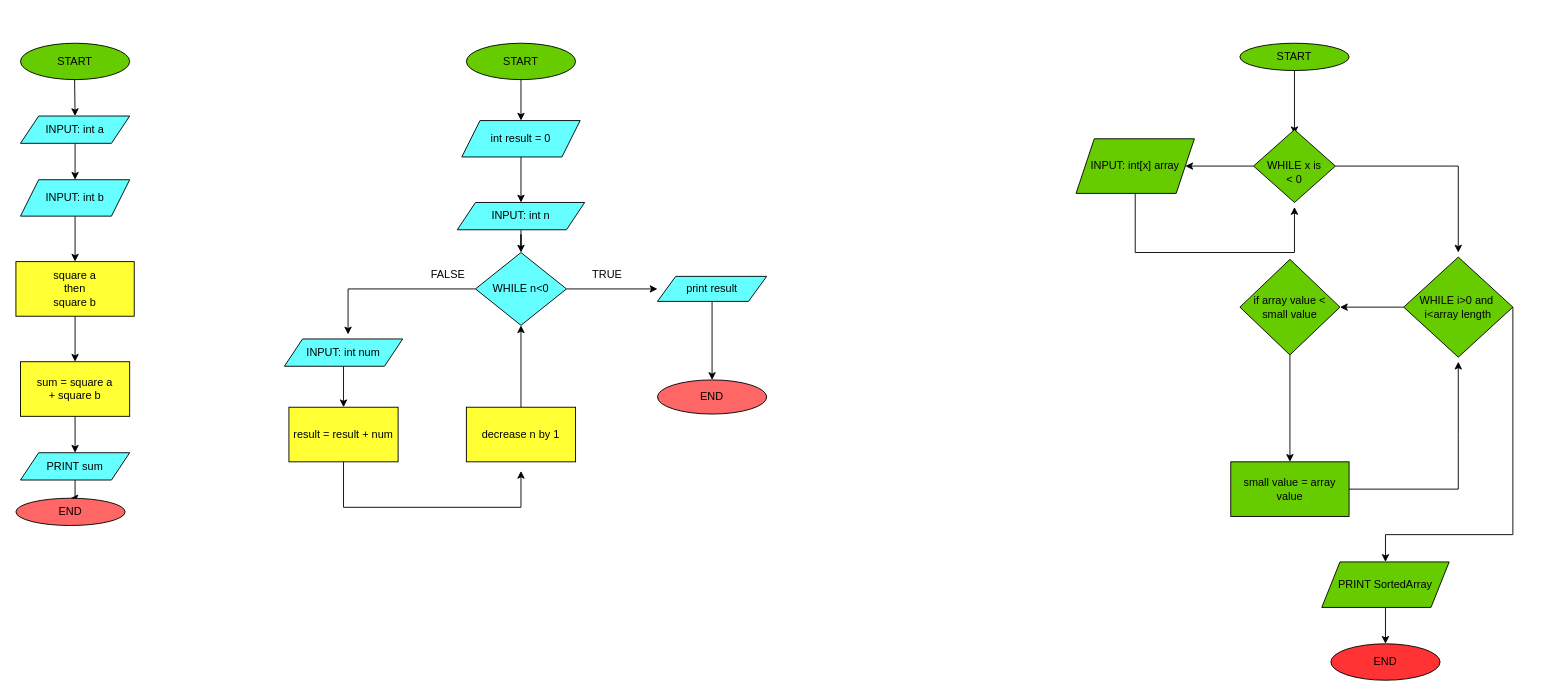
Before: sum Diagram.drawio in Arnold-A-Mubaiwa/tili, a draw.io diagram. Source tidied: cells renumbered, new cells numbered last; positions are measured from the earlier drawing's top-left corner, leaving out a move shared by most shapes. Both pictures are drawn from the tidied source at 91%, with x=0, y=0 at pixel (15, 43).
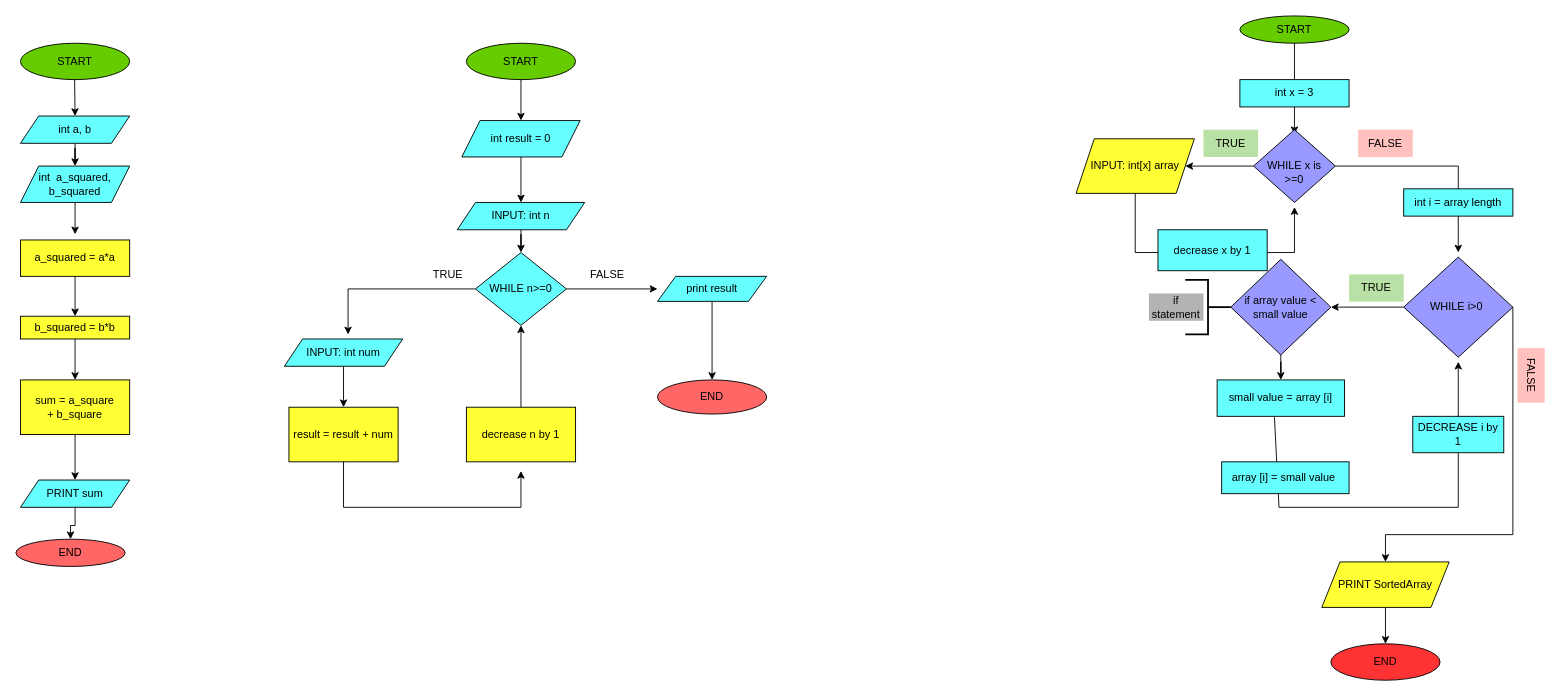
Above is the later version.

Change to the diagram source:
```diff
@@
-    <mxCell id="4" value="INPUT: int a" style="shape=parallelogram;perimeter=parallelogramPerimeter;whiteSpace=wrap;html=1;fixedSize=1;fillColor=#66FFFF;" parent="1" vertex="1">
+    <mxCell id="4" value="int a, b" style="shape=parallelogram;perimeter=parallelogramPerimeter;whiteSpace=wrap;html=1;fixedSize=1;fillColor=#66FFFF;" parent="1" vertex="1">
       <mxGeometry x="5" y="80" width="120" height="30" as="geometry" />
     </mxCell>
@@
-    <mxCell id="6" style="edgeStyle=orthogonalEdgeStyle;rounded=0;jettySize=auto;html=1;" parent="1" edge="1" source="7" target="9">
-      <mxGeometry relative="1" as="geometry" />
+    <mxCell id="6" style="edgeStyle=orthogonalEdgeStyle;rounded=0;jettySize=auto;html=1;" parent="1" edge="1" source="7">
+      <mxGeometry relative="1" as="geometry">
+        <mxPoint x="65" y="210" as="targetPoint" />
+      </mxGeometry>
     </mxCell>
-    <mxCell id="7" value="INPUT: int b" style="shape=parallelogram;perimeter=parallelogramPerimeter;whiteSpace=wrap;html=1;fixedSize=1;fillColor=#66FFFF;" parent="1" vertex="1">
-      <mxGeometry x="5" y="150" width="120" height="40" as="geometry" />
+    <mxCell id="7" value="int&amp;nbsp; a_squared, b_squared" style="shape=parallelogram;perimeter=parallelogramPerimeter;whiteSpace=wrap;html=1;fixedSize=1;fillColor=#66FFFF;" parent="1" vertex="1">
+      <mxGeometry x="5" y="135" width="120" height="40" as="geometry" />
     </mxCell>
-    <mxCell id="8" style="edgeStyle=orthogonalEdgeStyle;rounded=0;jettySize=auto;html=1;fillColor=#FFFF33;" parent="1" edge="1" source="9" target="11">
-      <mxGeometry relative="1" as="geometry" />
+    <mxCell id="8" style="edgeStyle=orthogonalEdgeStyle;rounded=0;jettySize=auto;html=1;fillColor=#FFFF33;exitX=0.5;exitY=1;exitDx=0;exitDy=0;" parent="1" edge="1" source="65">
+      <mxGeometry relative="1" as="geometry">
+        <mxPoint x="65" y="300" as="targetPoint" />
+      </mxGeometry>
     </mxCell>
-    <mxCell id="9" value="square a &lt;br&gt;then&lt;br&gt;square b" style="whiteSpace=wrap;html=1;fillColor=#FFFF33;" parent="1" vertex="1">
-      <mxGeometry y="240" width="130" height="60" as="geometry" />
-    </mxCell>
@@
-    <mxCell id="11" value="&amp;nbsp;sum = square a&amp;nbsp;&lt;br&gt;+ square b" style="whiteSpace=wrap;html=1;fillColor=#FFFF33;" parent="1" vertex="1">
-      <mxGeometry x="5" y="350" width="120" height="60" as="geometry" />
+    <mxCell id="11" value="&amp;nbsp;sum = a_square&amp;nbsp;&lt;br&gt;+ b_square" style="whiteSpace=wrap;html=1;fillColor=#FFFF33;" parent="1" vertex="1">
+      <mxGeometry x="5" y="370" width="120" height="60" as="geometry" />
     </mxCell>
@@
+    <mxCell id="52" style="edgeStyle=orthogonalEdgeStyle;rounded=0;jettySize=auto;html=1;exitX=0.5;exitY=1;exitDx=0;exitDy=0;fillColor=#66FFFF;" parent="1" edge="1" source="13">
+      <mxGeometry relative="1" as="geometry">
+        <mxPoint x="65" y="490" as="targetPoint" />
+      </mxGeometry>
+    </mxCell>
     <mxCell id="13" value="PRINT sum" style="shape=parallelogram;perimeter=parallelogramPerimeter;whiteSpace=wrap;html=1;fixedSize=1;fillColor=#66FFFF;" parent="1" vertex="1">
-      <mxGeometry x="5" y="450" width="120" height="30" as="geometry" />
+      <mxGeometry x="5" y="480" width="120" height="30" as="geometry" />
     </mxCell>
     <mxCell id="14" value="END" style="ellipse;whiteSpace=wrap;html=1;fillColor=#FF6666;" parent="1" vertex="1">
-      <mxGeometry y="500" width="120" height="30" as="geometry" />
+      <mxGeometry y="545" width="120" height="30" as="geometry" />
     </mxCell>
@@
-    <mxCell id="21" value="WHILE n&amp;lt;0" style="rhombus;whiteSpace=wrap;html=1;fillColor=#66FFFF;" parent="1" vertex="1">
+    <mxCell id="21" value="WHILE n&amp;gt;=0" style="rhombus;whiteSpace=wrap;html=1;fillColor=#66FFFF;" parent="1" vertex="1">
       <mxGeometry x="505" y="230" width="100" height="80" as="geometry" />
     </mxCell>
@@
-    <mxCell id="25" value="TRUE" style="text;html=1;strokeColor=none;fillColor=none;align=center;verticalAlign=middle;whiteSpace=wrap;rounded=0;" parent="1" vertex="1">
+    <mxCell id="25" value="FALSE" style="text;html=1;strokeColor=none;fillColor=none;align=center;verticalAlign=middle;whiteSpace=wrap;rounded=0;" parent="1" vertex="1">
       <mxGeometry x="615" y="235" width="70" height="40" as="geometry" />
     </mxCell>
-    <mxCell id="26" value="FALSE" style="text;html=1;strokeColor=none;fillColor=none;align=center;verticalAlign=middle;whiteSpace=wrap;rounded=0;" parent="1" vertex="1">
+    <mxCell id="26" value="TRUE" style="text;html=1;strokeColor=none;fillColor=none;align=center;verticalAlign=middle;whiteSpace=wrap;rounded=0;" parent="1" vertex="1">
       <mxGeometry x="445" y="240" width="60" height="30" as="geometry" />
     </mxCell>
@@
     <mxCell id="35" value="START" style="ellipse;whiteSpace=wrap;html=1;fillColor=#66CC00;" parent="1" vertex="1">
-      <mxGeometry x="1345" width="120" height="30" as="geometry" />
+      <mxGeometry x="1345" y="-30" width="120" height="30" as="geometry" />
     </mxCell>
-    <mxCell id="36" style="endArrow=classic;html=1;rounded=0;fillColor=#FFFF33;exitX=0.5;exitY=1;exitDx=0;exitDy=0;" parent="1" edge="1" source="35">
+    <mxCell id="36" style="endArrow=classic;html=1;rounded=0;fillColor=#66FFFF;exitX=0.5;exitY=1;exitDx=0;exitDy=0;startArrow=none;" parent="1" edge="1" source="53">
       <mxGeometry relative="1" as="geometry">
         <mxPoint x="1405" y="100" as="targetPoint" />
       </mxGeometry>
     </mxCell>
-    <mxCell id="37" style="edgeStyle=orthogonalEdgeStyle;rounded=0;jettySize=auto;html=1;fillColor=#FFFF33;" parent="1" edge="1" source="38" target="39">
+    <mxCell id="37" style="edgeStyle=orthogonalEdgeStyle;rounded=0;jettySize=auto;html=1;fillColor=#66FFFF;" parent="1" edge="1" source="38" target="39">
       <mxGeometry relative="1" as="geometry" />
     </mxCell>
-    <mxCell id="38" value="&lt;br&gt;WHILE x is &lt;br&gt;&amp;lt; 0" style="rhombus;whiteSpace=wrap;html=1;fillColor=#66CC00;" parent="1" vertex="1">
+    <mxCell id="38" value="&lt;br&gt;WHILE x is &lt;br&gt;&amp;gt;=0" style="rhombus;whiteSpace=wrap;html=1;fillColor=#9999FF;" parent="1" vertex="1">
       <mxGeometry x="1360" y="95" width="90" height="80" as="geometry" />
     </mxCell>
-    <mxCell id="39" value="INPUT: int[x] array" style="shape=parallelogram;perimeter=parallelogramPerimeter;whiteSpace=wrap;html=1;fixedSize=1;fillColor=#66CC00;" parent="1" vertex="1">
+    <mxCell id="39" value="INPUT: int[x] array" style="shape=parallelogram;perimeter=parallelogramPerimeter;whiteSpace=wrap;html=1;fixedSize=1;fillColor=#FFFF33;" parent="1" vertex="1">
       <mxGeometry x="1165" y="105" width="130" height="60" as="geometry" />
     </mxCell>
-    <mxCell id="40" style="endArrow=classic;html=1;rounded=0;fillColor=#FFFF33;exitX=0.5;exitY=1;exitDx=0;exitDy=0;" parent="1" edge="1" source="39">
+    <mxCell id="40" style="endArrow=classic;html=1;rounded=0;fillColor=#66FFFF;exitX=0.5;exitY=1;exitDx=0;exitDy=0;" parent="1" edge="1" source="39">
       <mxGeometry relative="1" as="geometry">
         <mxPoint x="1405" y="180" as="targetPoint" />
         <Array as="points">
           <mxPoint x="1230" y="230" />
           <mxPoint x="1405" y="230" />
         </Array>
       </mxGeometry>
     </mxCell>
-    <mxCell id="41" style="endArrow=classic;html=1;rounded=0;fillColor=#FFFF33;exitX=1;exitY=0.5;exitDx=0;exitDy=0;" parent="1" edge="1" source="38">
+    <mxCell id="41" style="endArrow=classic;html=1;rounded=0;fillColor=#66FFFF;exitX=1;exitY=0.5;exitDx=0;exitDy=0;" parent="1" edge="1" source="38">
       <mxGeometry relative="1" as="geometry">
         <mxPoint x="1585" y="230" as="targetPoint" />
         <Array as="points">
           <mxPoint x="1575" y="135" />
           <mxPoint x="1585" y="135" />
         </Array>
       </mxGeometry>
     </mxCell>
-    <mxCell id="42" style="edgeStyle=orthogonalEdgeStyle;rounded=0;jettySize=auto;html=1;fillColor=#FFFF33;entryX=1;entryY=0.5;entryDx=0;entryDy=0;" parent="1" edge="1" source="43" target="45">
+    <mxCell id="42" style="edgeStyle=orthogonalEdgeStyle;rounded=0;jettySize=auto;html=1;fillColor=#66FFFF;entryX=1;entryY=0.5;entryDx=0;entryDy=0;" parent="1" edge="1" source="43" target="45">
       <mxGeometry relative="1" as="geometry" />
     </mxCell>
-    <mxCell id="43" value="WHILE i&amp;gt;0 and&amp;nbsp;&lt;br&gt;i&amp;lt;array length" style="rhombus;whiteSpace=wrap;html=1;fillColor=#66CC00;" parent="1" vertex="1">
+    <mxCell id="43" value="WHILE i&amp;gt;0&amp;nbsp;" style="rhombus;whiteSpace=wrap;html=1;fillColor=#9999FF;" parent="1" vertex="1">
       <mxGeometry x="1525" y="235" width="120" height="110" as="geometry" />
     </mxCell>
-    <mxCell id="44" style="edgeStyle=orthogonalEdgeStyle;rounded=0;jettySize=auto;html=1;fillColor=#FFFF33;" parent="1" edge="1" source="45" target="46">
+    <mxCell id="44" style="edgeStyle=orthogonalEdgeStyle;rounded=0;jettySize=auto;html=1;fillColor=#66FFFF;" parent="1" edge="1" source="45" target="46">
       <mxGeometry relative="1" as="geometry" />
     </mxCell>
-    <mxCell id="45" value="if array value &amp;lt;&lt;br&gt;small value" style="rhombus;whiteSpace=wrap;html=1;fillColor=#66CC00;" parent="1" vertex="1">
-      <mxGeometry x="1345" y="237.5" width="110" height="105" as="geometry" />
+    <mxCell id="45" value="if array value &amp;lt;&lt;br&gt;small value" style="rhombus;whiteSpace=wrap;html=1;fillColor=#9999FF;" parent="1" vertex="1">
+      <mxGeometry x="1335" y="237.5" width="110" height="105" as="geometry" />
     </mxCell>
-    <mxCell id="46" value="small value = array value" style="whiteSpace=wrap;html=1;fillColor=#66CC00;" parent="1" vertex="1">
-      <mxGeometry x="1335" y="460" width="130" height="60" as="geometry" />
+    <mxCell id="46" value="small value = array [i]" style="whiteSpace=wrap;html=1;fillColor=#66FFFF;" parent="1" vertex="1">
+      <mxGeometry x="1320" y="370" width="140" height="40" as="geometry" />
     </mxCell>
-    <mxCell id="47" style="endArrow=classic;html=1;rounded=0;fillColor=#FFFF33;" parent="1" edge="1">
+    <mxCell id="47" style="endArrow=classic;html=1;rounded=0;fillColor=#66FFFF;exitX=0.45;exitY=1.025;exitDx=0;exitDy=0;exitPerimeter=0;" parent="1" edge="1" source="46">
       <mxGeometry relative="1" as="geometry">
-        <mxPoint x="1465" y="490" as="sourcePoint" />
         <mxPoint x="1585" y="350" as="targetPoint" />
         <Array as="points">
-          <mxPoint x="1585" y="490" />
+          <mxPoint x="1388" y="510" />
+          <mxPoint x="1585" y="510" />
           <mxPoint x="1585" y="430" />
         </Array>
       </mxGeometry>
     </mxCell>
-    <mxCell id="48" style="endArrow=classic;html=1;rounded=0;fillColor=#FFFF33;exitX=1;exitY=0.5;exitDx=0;exitDy=0;" parent="1" edge="1" source="43">
+    <mxCell id="48" style="endArrow=classic;html=1;rounded=0;fillColor=#66FFFF;exitX=1;exitY=0.5;exitDx=0;exitDy=0;" parent="1" edge="1" source="43">
       <mxGeometry relative="1" as="geometry">
         <mxPoint x="1505" y="570" as="targetPoint" />
         <Array as="points">
           <mxPoint x="1645" y="540" />
           <mxPoint x="1505" y="540" />
         </Array>
       </mxGeometry>
     </mxCell>
@@
-    <mxCell id="50" value="PRINT SortedArray" style="shape=parallelogram;perimeter=parallelogramPerimeter;whiteSpace=wrap;html=1;fixedSize=1;fillColor=#66CC00;" parent="1" vertex="1">
+    <mxCell id="50" value="PRINT SortedArray" style="shape=parallelogram;perimeter=parallelogramPerimeter;whiteSpace=wrap;html=1;fixedSize=1;fillColor=#FFFF33;" parent="1" vertex="1">
       <mxGeometry x="1435" y="570" width="140" height="50" as="geometry" />
     </mxCell>
@@
+    <mxCell id="53" value="int x = 3" style="rounded=0;whiteSpace=wrap;html=1;fillColor=#66FFFF;" parent="1" vertex="1">
+      <mxGeometry x="1345" y="40" width="120" height="30" as="geometry" />
+    </mxCell>
+    <mxCell id="54" style="endArrow=none;html=1;rounded=0;fillColor=#FFFF33;exitX=0.5;exitY=1;exitDx=0;exitDy=0;" parent="1" edge="1" source="35" target="53">
+      <mxGeometry relative="1" as="geometry" />
+    </mxCell>
+    <mxCell id="55" value="decrease x by 1" style="rounded=0;whiteSpace=wrap;html=1;fillColor=#66FFFF;" parent="1" vertex="1">
+      <mxGeometry x="1255" y="205" width="120" height="45" as="geometry" />
+    </mxCell>
+    <mxCell id="56" value="int i = array length" style="rounded=0;whiteSpace=wrap;html=1;fillColor=#66FFFF;" parent="1" vertex="1">
+      <mxGeometry x="1525" y="160" width="120" height="30" as="geometry" />
+    </mxCell>
+    <mxCell id="57" style="strokeWidth=2;html=1;shape=mxgraph.flowchart.annotation_2;align=left;labelPosition=right;rotation=-180;fillColor=#66FFFF;" parent="1" vertex="1">
+      <mxGeometry x="1285" y="260" width="50" height="60" as="geometry" />
+    </mxCell>
+    <mxCell id="58" value="if statement" style="text;html=1;strokeColor=none;fillColor=#B3B3B3;align=center;verticalAlign=middle;whiteSpace=wrap;rounded=0;" parent="1" vertex="1">
+      <mxGeometry x="1245" y="275" width="60" height="30" as="geometry" />
+    </mxCell>
+    <mxCell id="59" value="TRUE" style="text;html=1;strokeColor=none;fillColor=#B9E0A5;align=center;verticalAlign=middle;whiteSpace=wrap;rounded=0;" parent="1" vertex="1">
+      <mxGeometry x="1465" y="254" width="60" height="30" as="geometry" />
+    </mxCell>
+    <mxCell id="60" value="FALSE" style="text;html=1;strokeColor=none;fillColor=#FFC1BD;align=center;verticalAlign=middle;whiteSpace=wrap;rounded=0;rotation=90;" parent="1" vertex="1">
+      <mxGeometry x="1635" y="350" width="60" height="30" as="geometry" />
+    </mxCell>
+    <mxCell id="61" value="TRUE" style="text;html=1;strokeColor=none;fillColor=#B9E0A5;align=center;verticalAlign=middle;whiteSpace=wrap;rounded=0;" parent="1" vertex="1">
+      <mxGeometry x="1305" y="95" width="60" height="30" as="geometry" />
+    </mxCell>
+    <mxCell id="62" value="FALSE" style="text;html=1;strokeColor=none;fillColor=#FFC1BD;align=center;verticalAlign=middle;whiteSpace=wrap;rounded=0;" parent="1" vertex="1">
+      <mxGeometry x="1475" y="95" width="60" height="30" as="geometry" />
+    </mxCell>
+    <mxCell id="63" value="DECREASE i by 1" style="rounded=0;whiteSpace=wrap;html=1;fillColor=#66FFFF;" parent="1" vertex="1">
+      <mxGeometry x="1535" y="410" width="100" height="40" as="geometry" />
+    </mxCell>
+    <mxCell id="64" value="array [i] = small value&amp;nbsp;" style="rounded=0;whiteSpace=wrap;html=1;fillColor=#66FFFF;" parent="1" vertex="1">
+      <mxGeometry x="1325" y="460" width="140" height="35" as="geometry" />
+    </mxCell>
+    <mxCell id="65" value="a_squared = a*a" style="rounded=0;whiteSpace=wrap;html=1;fillColor=#FFFF33;" parent="1" vertex="1">
+      <mxGeometry x="5" y="216.2" width="120" height="40" as="geometry" />
+    </mxCell>
+    <mxCell id="66" value="b_squared = b*b" style="rounded=0;whiteSpace=wrap;html=1;fillColor=#FFFF33;" parent="1" vertex="1">
+      <mxGeometry x="5" y="300" width="120" height="25" as="geometry" />
+    </mxCell>
+    <mxCell id="67" style="endArrow=classic;html=1;rounded=0;fillColor=#66FFFF;exitX=0.5;exitY=1;exitDx=0;exitDy=0;entryX=0.5;entryY=0;entryDx=0;entryDy=0;" parent="1" edge="1" source="66" target="11">
+      <mxGeometry relative="1" as="geometry" />
+    </mxCell>
```
